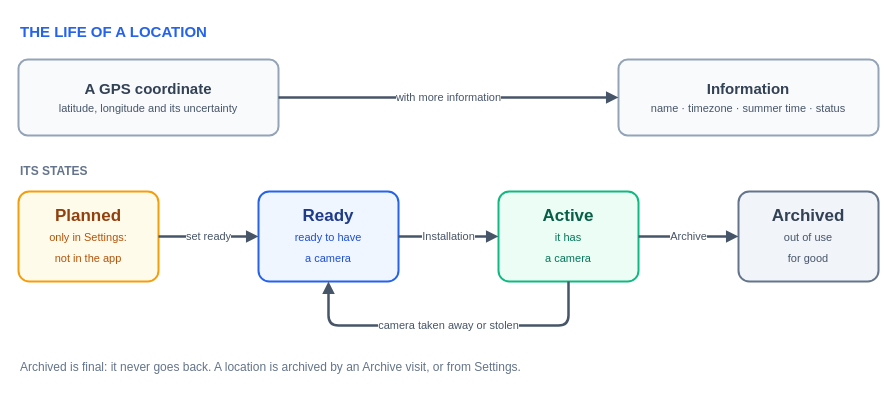
The draw.io diagram docs/img/location.drawio in wildintelproject/wildintel-uploader, before the edit. Source tidied: cells renumbered, new cells numbered last; positions are measured from the earlier drawing's top-left corner, leaving out a move shared by most shapes. Both pictures are drawn from the tidied source at 100%, with x=0, y=0 at pixel (18, 17).
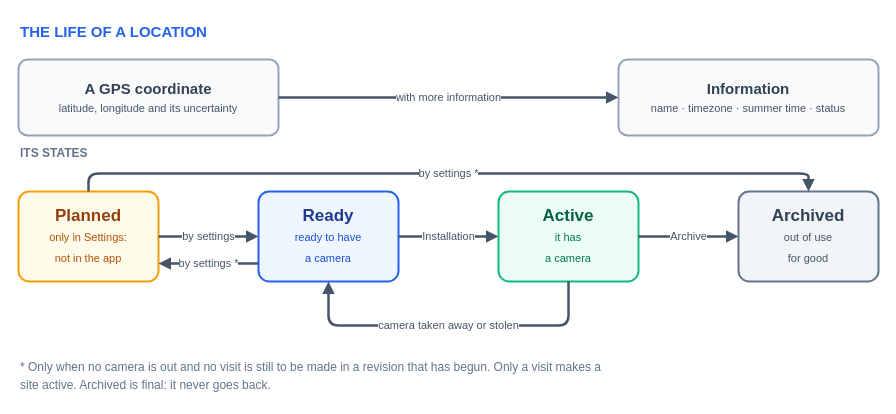
The same diagram, later.

Unchanged cells that the change refers to:
```xml
<mxCell id="7" value="&lt;b&gt;Planned&lt;/b&gt;&lt;br&gt;&lt;font style=&quot;font-size:11px&quot; color=&quot;#b45309&quot;&gt;only in Settings:&lt;br&gt;not in the app&lt;/font&gt;" style="rounded=1;arcSize=12;whiteSpace=wrap;html=1;fillColor=#fffbeb;strokeColor=#f59e0b;strokeWidth=2;fontColor=#92400e;fontSize=17;" parent="1" vertex="1">
  <mxGeometry y="174" width="140" height="90" as="geometry" />
</mxCell>
<mxCell id="8" value="&lt;b&gt;Ready&lt;/b&gt;&lt;br&gt;&lt;font style=&quot;font-size:11px&quot; color=&quot;#1d4ed8&quot;&gt;ready to have&lt;br&gt;a camera&lt;/font&gt;" style="rounded=1;arcSize=12;whiteSpace=wrap;html=1;fillColor=#eff6ff;strokeColor=#2563eb;strokeWidth=2;fontColor=#1e3a8a;fontSize=17;" parent="1" vertex="1">
  <mxGeometry x="240" y="174" width="140" height="90" as="geometry" />
</mxCell>
<mxCell id="9" value="&lt;b&gt;Active&lt;/b&gt;&lt;br&gt;&lt;font style=&quot;font-size:11px&quot; color=&quot;#047857&quot;&gt;it has&lt;br&gt;a camera&lt;/font&gt;" style="rounded=1;arcSize=12;whiteSpace=wrap;html=1;fillColor=#ecfdf5;strokeColor=#10b981;strokeWidth=2;fontColor=#065f46;fontSize=17;" parent="1" vertex="1">
  <mxGeometry x="480" y="174" width="140" height="90" as="geometry" />
</mxCell>
<mxCell id="10" value="&lt;b&gt;Archived&lt;/b&gt;&lt;br&gt;&lt;font style=&quot;font-size:11px&quot; color=&quot;#475569&quot;&gt;out of use&lt;br&gt;for good&lt;/font&gt;" style="rounded=1;arcSize=12;whiteSpace=wrap;html=1;fillColor=#f1f5f9;strokeColor=#64748b;strokeWidth=2;fontColor=#334155;fontSize=17;" parent="1" vertex="1">
  <mxGeometry x="720" y="174" width="140" height="90" as="geometry" />
</mxCell>
```

Diff of the diagram source:
```diff
@@
     <mxCell id="6" value="ITS STATES" style="text;html=1;fontSize=12;fontColor=#64748b;fontStyle=1;align=left;verticalAlign=middle;spacingLeft=0;" parent="1" vertex="1">
-      <mxGeometry y="142" width="300" height="24" as="geometry" />
+      <mxGeometry y="124" width="300" height="24" as="geometry" />
     </mxCell>
@@
-    <mxCell id="11" value="set ready" style="edgeStyle=orthogonalEdgeStyle;rounded=1;html=1;endArrow=block;endFill=1;strokeColor=#475569;strokeWidth=2.5;fontSize=11;fontColor=#475569;labelBackgroundColor=#ffffff;" parent="1" edge="1" source="7" target="8">
+    <mxCell id="11" value="by settings" style="edgeStyle=orthogonalEdgeStyle;rounded=1;html=1;endArrow=block;endFill=1;strokeColor=#475569;strokeWidth=2.5;fontSize=11;fontColor=#475569;labelBackgroundColor=#ffffff;" parent="1" edge="1" source="7" target="8">
       <mxGeometry relative="1" as="geometry" />
     </mxCell>
@@
-    <mxCell id="14" value="camera taken away or stolen" style="edgeStyle=orthogonalEdgeStyle;rounded=1;html=1;endArrow=block;endFill=1;strokeColor=#475569;strokeWidth=2.5;fontSize=11;fontColor=#475569;labelBackgroundColor=#ffffff;exitX=0.5;exitY=1;exitDx=0;exitDy=0;entryX=0.5;entryY=1;entryDx=0;entryDy=0;" parent="1" edge="1" source="9" target="8">
+    <mxCell id="14" value="by settings *" style="edgeStyle=orthogonalEdgeStyle;rounded=1;html=1;endArrow=block;endFill=1;strokeColor=#475569;strokeWidth=2.5;fontSize=11;fontColor=#475569;labelBackgroundColor=#ffffff;exitX=0.5;exitY=0;exitDx=0;exitDy=0;entryX=0.5;entryY=0;entryDx=0;entryDy=0;" parent="1" edge="1" source="7" target="10">
       <mxGeometry relative="1" as="geometry">
         <Array as="points">
-          <mxPoint x="550" y="308" />
-          <mxPoint x="310" y="308" />
+          <mxPoint x="70" y="156" />
+          <mxPoint x="790" y="156" />
         </Array>
       </mxGeometry>
     </mxCell>
-    <mxCell id="15" value="Archived is final: it never goes back. A location is archived by an Archive visit, or from Settings." style="text;html=1;fontSize=12;fontColor=#64748b;fontStyle=0;align=left;verticalAlign=middle;spacingLeft=0;" parent="1" vertex="1">
-      <mxGeometry y="338" width="860" height="24" as="geometry" />
+    <mxCell id="15" value="by settings *" style="edgeStyle=orthogonalEdgeStyle;rounded=1;html=1;endArrow=block;endFill=1;strokeColor=#475569;strokeWidth=2.5;fontSize=11;fontColor=#475569;labelBackgroundColor=#ffffff;exitX=0;exitY=0.8;exitDx=0;exitDy=0;entryX=1;entryY=0.8;entryDx=0;entryDy=0;" parent="1" edge="1" source="8" target="7">
+      <mxGeometry relative="1" as="geometry" />
     </mxCell>
+    <mxCell id="16" value="camera taken away or stolen" style="edgeStyle=orthogonalEdgeStyle;rounded=1;html=1;endArrow=block;endFill=1;strokeColor=#475569;strokeWidth=2.5;fontSize=11;fontColor=#475569;labelBackgroundColor=#ffffff;exitX=0.5;exitY=1;exitDx=0;exitDy=0;entryX=0.5;entryY=1;entryDx=0;entryDy=0;" parent="1" edge="1" source="9" target="8">
+      <mxGeometry relative="1" as="geometry">
+        <Array as="points">
+          <mxPoint x="550" y="308" />
+          <mxPoint x="310" y="308" />
+        </Array>
+      </mxGeometry>
+    </mxCell>
+    <mxCell id="17" value="* Only when no camera is out and no visit is still to be made in a revision that has begun. Only a visit makes a" style="text;html=1;fontSize=12;fontColor=#64748b;fontStyle=0;align=left;verticalAlign=middle;spacingLeft=0;" parent="1" vertex="1">
+      <mxGeometry y="338" width="860" height="24" as="geometry" />
+    </mxCell>
+    <mxCell id="18" value="site active. Archived is final: it never goes back." style="text;html=1;fontSize=12;fontColor=#64748b;fontStyle=0;align=left;verticalAlign=middle;spacingLeft=0;" parent="1" vertex="1">
+      <mxGeometry y="356" width="860" height="24" as="geometry" />
+    </mxCell>
```
